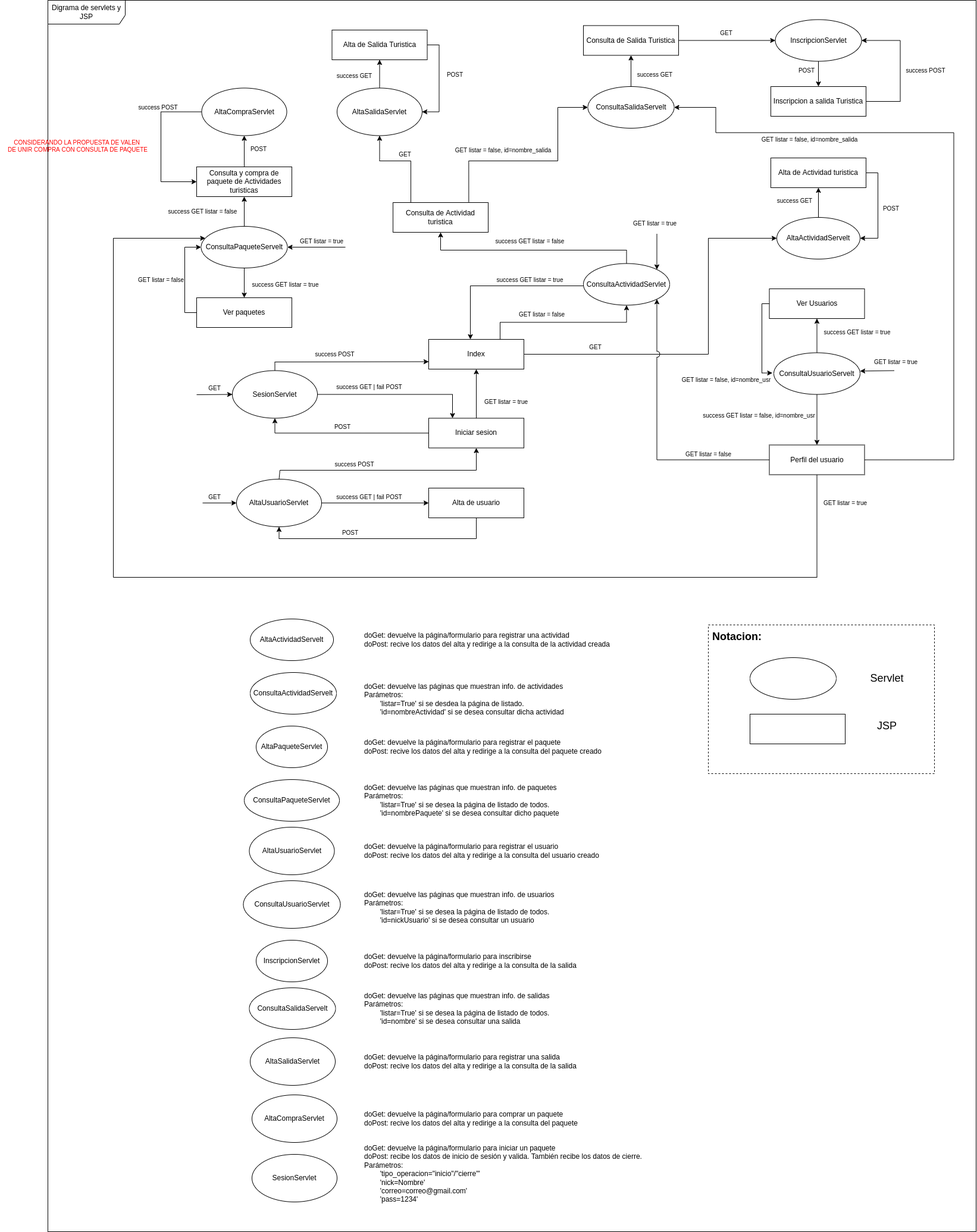
FacundoDiaz00/Taller-de-Programaci-n keeps this draw.io diagram as docs/Iteración 2/Navegabilidades/Digrama servlets.png. Above is the earlier version. Source tidied: cells renumbered, new cells last; positions are measured from the earlier drawing's top-left corner, leaving out a move shared by most shapes.
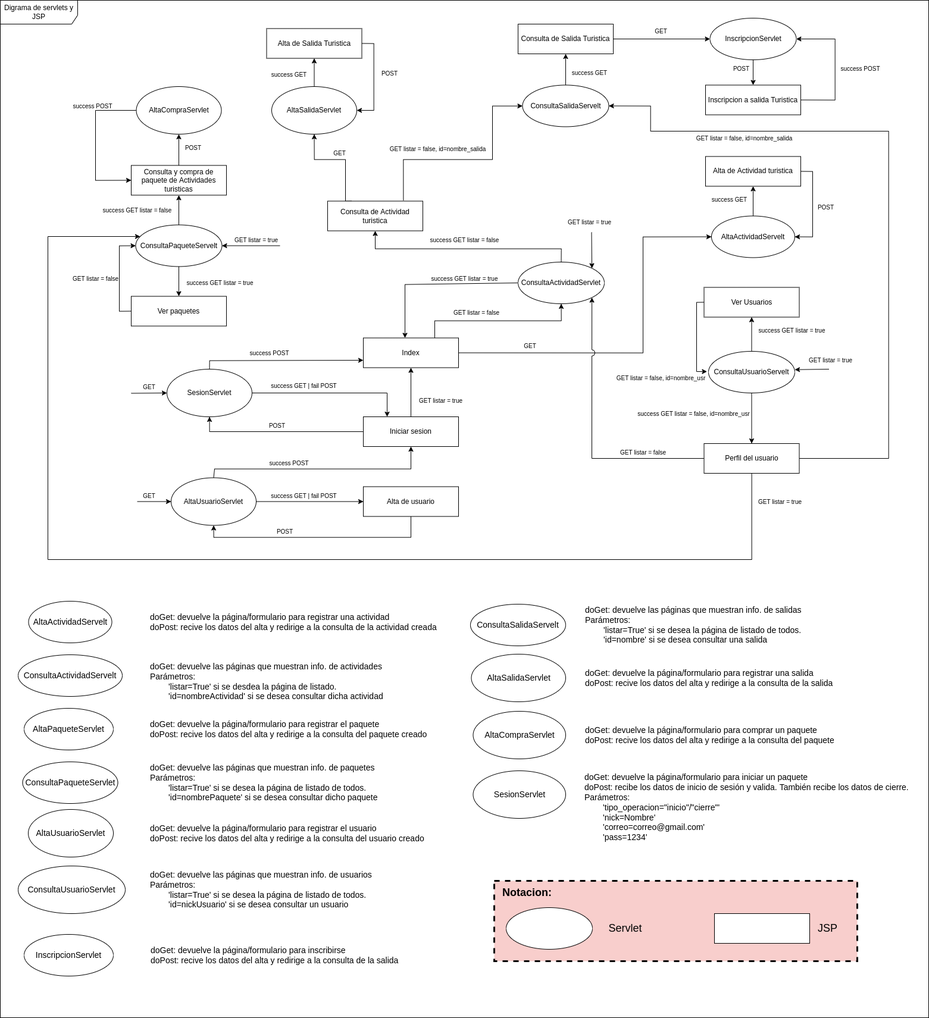
The same diagram one commit later.

Commit message:
Pronto para entregar?

Change to the diagram source:
```diff
@@ -5,6 +5,6 @@
     <mxCell id="2" style="rounded=0;whiteSpace=wrap;html=1;" parent="1" vertex="1">
-      <mxGeometry x="80" width="1560" height="2070" as="geometry" />
+      <mxGeometry x="110" y="2.5" width="1560" height="1710" as="geometry" />
     </mxCell>
     <mxCell id="3" value="Digrama de servlets y JSP" style="shape=umlFrame;whiteSpace=wrap;html=1;width=130;height=40;" parent="1" vertex="1">
-      <mxGeometry x="80" width="1560" height="2070" as="geometry" />
+      <mxGeometry x="110" y="2.5" width="1560" height="1710" as="geometry" />
     </mxCell>
@@ -116,5 +116,5 @@
         <Array as="points">
-          <mxPoint x="1373" y="970" />
-          <mxPoint x="190" y="970" />
-          <mxPoint x="190" y="400" />
+          <mxPoint x="1372" y="942.5" />
+          <mxPoint x="190" y="942.5" />
+          <mxPoint x="190" y="399.5" />
         </Array>
@@ -135,13 +135,13 @@
     </mxCell>
-    <mxCell id="31" value="AltaActividadServelt" style="ellipse;whiteSpace=wrap;html=1;" parent="1" vertex="1">
-      <mxGeometry x="420" y="1040" width="140" height="70" as="geometry" />
+    <mxCell id="31" value="AltaActividadServelt" style="ellipse;whiteSpace=wrap;html=1;fontSize=14;" parent="1" vertex="1">
+      <mxGeometry x="157.5" y="1012.5" width="140" height="70" as="geometry" />
     </mxCell>
-    <mxCell id="32" value="AltaPaqueteServlet" style="ellipse;whiteSpace=wrap;html=1;" parent="1" vertex="1">
-      <mxGeometry x="430" y="1220" width="120" height="70" as="geometry" />
+    <mxCell id="32" value="AltaPaqueteServlet" style="ellipse;whiteSpace=wrap;html=1;fontSize=14;" parent="1" vertex="1">
+      <mxGeometry x="150" y="1192.5" width="150" height="70" as="geometry" />
     </mxCell>
-    <mxCell id="33" value="AltaUsuarioServlet" style="ellipse;whiteSpace=wrap;html=1;" parent="1" vertex="1">
-      <mxGeometry x="418.5" y="1390" width="143" height="80" as="geometry" />
+    <mxCell id="33" value="AltaUsuarioServlet" style="ellipse;whiteSpace=wrap;html=1;fontSize=14;" parent="1" vertex="1">
+      <mxGeometry x="157" y="1362.5" width="143" height="80" as="geometry" />
     </mxCell>
-    <mxCell id="34" value="InscripcionServlet" style="ellipse;whiteSpace=wrap;html=1;" parent="1" vertex="1">
-      <mxGeometry x="430" y="1580" width="120" height="70" as="geometry" />
+    <mxCell id="34" value="InscripcionServlet" style="ellipse;whiteSpace=wrap;html=1;fontSize=14;" parent="1" vertex="1">
+      <mxGeometry x="150" y="1572.5" width="150" height="70" as="geometry" />
     </mxCell>
@@ -161,7 +161,7 @@
     </mxCell>
-    <mxCell id="38" value="ConsultaActividadServelt" style="ellipse;whiteSpace=wrap;html=1;" parent="1" vertex="1">
-      <mxGeometry x="420" y="1130" width="145" height="70" as="geometry" />
+    <mxCell id="38" value="ConsultaActividadServelt" style="ellipse;whiteSpace=wrap;html=1;fontSize=14;" parent="1" vertex="1">
+      <mxGeometry x="140" y="1102.5" width="175" height="70" as="geometry" />
     </mxCell>
-    <mxCell id="39" value="ConsultaPaqueteServlet" style="ellipse;whiteSpace=wrap;html=1;" parent="1" vertex="1">
-      <mxGeometry x="410" y="1310" width="160" height="70" as="geometry" />
+    <mxCell id="39" value="ConsultaPaqueteServlet" style="ellipse;whiteSpace=wrap;html=1;fontSize=14;" parent="1" vertex="1">
+      <mxGeometry x="147.5" y="1282.5" width="160" height="70" as="geometry" />
     </mxCell>
@@ -170,4 +170,4 @@
     </mxCell>
-    <mxCell id="41" value="ConsultaUsuarioServlet" style="ellipse;whiteSpace=wrap;html=1;" parent="1" vertex="1">
-      <mxGeometry x="408.5" y="1480" width="163" height="80" as="geometry" />
+    <mxCell id="41" value="ConsultaUsuarioServlet" style="ellipse;whiteSpace=wrap;html=1;fontSize=14;" parent="1" vertex="1">
+      <mxGeometry x="140" y="1457.5" width="180" height="80" as="geometry" />
     </mxCell>
@@ -185,4 +185,4 @@
     </mxCell>
-    <mxCell id="44" value="doGet: devuelve las páginas que muestran info. de actividades&lt;br&gt;Parámetros: &lt;br&gt;&lt;div style=&quot;&quot;&gt;&lt;span style=&quot;background-color: initial;&quot;&gt;&lt;span style=&quot;white-space: pre;&quot;&gt;&#9;&lt;/span&gt;'listar=True' si se desdea la página de listado.&lt;/span&gt;&lt;/div&gt;&lt;span style=&quot;white-space: pre;&quot;&gt;&#9;&lt;/span&gt;'id=nombreActividad' si se desea consultar dicha actividad" style="text;html=1;align=left;verticalAlign=middle;strokeColor=none;fillColor=none;" parent="1" vertex="1">
-      <mxGeometry x="610" y="1140" width="360" height="70" as="geometry" />
+    <mxCell id="44" value="doGet: devuelve las páginas que muestran info. de actividades&lt;br style=&quot;font-size: 14px;&quot;&gt;Parámetros: &lt;br style=&quot;font-size: 14px;&quot;&gt;&lt;div style=&quot;font-size: 14px;&quot;&gt;&lt;span style=&quot;background-color: initial; font-size: 14px;&quot;&gt;&lt;span style=&quot;white-space: pre; font-size: 14px;&quot;&gt;&#9;&lt;/span&gt;'listar=True' si se desdea la página de listado.&lt;/span&gt;&lt;/div&gt;&lt;span style=&quot;white-space: pre; font-size: 14px;&quot;&gt;&#9;&lt;/span&gt;'id=nombreActividad' si se desea consultar dicha actividad" style="text;html=1;align=left;verticalAlign=middle;strokeColor=none;fillColor=none;fontSize=14;" parent="1" vertex="1">
+      <mxGeometry x="360" y="1107.5" width="420" height="80" as="geometry" />
     </mxCell>
@@ -209,13 +209,13 @@
     </mxCell>
-    <mxCell id="50" value="doGet: devuelve la página/formulario para registrar una actividad&lt;br&gt;doPost: recive los datos del alta y redirige a la consulta de la actividad creada" style="text;html=1;align=left;verticalAlign=middle;strokeColor=none;fillColor=none;" parent="1" vertex="1">
-      <mxGeometry x="610" y="1055" width="440" height="40" as="geometry" />
+    <mxCell id="50" value="doGet: devuelve la página/formulario para registrar una actividad&lt;br style=&quot;font-size: 14px;&quot;&gt;doPost: recive los datos del alta y redirige a la consulta de la actividad creada" style="text;html=1;align=left;verticalAlign=middle;strokeColor=none;fillColor=none;fontSize=14;" parent="1" vertex="1">
+      <mxGeometry x="360" y="1022.5" width="510" height="50" as="geometry" />
     </mxCell>
-    <mxCell id="51" value="ConsultaSalidaServelt" style="ellipse;whiteSpace=wrap;html=1;" parent="1" vertex="1">
-      <mxGeometry x="418.5" y="1660" width="145" height="70" as="geometry" />
+    <mxCell id="51" value="ConsultaSalidaServelt" style="ellipse;whiteSpace=wrap;html=1;fontSize=14;" parent="1" vertex="1">
+      <mxGeometry x="900" y="1017.5" width="160" height="70" as="geometry" />
     </mxCell>
-    <mxCell id="52" value="AltaSalidaServlet" style="ellipse;whiteSpace=wrap;html=1;" parent="1" vertex="1">
-      <mxGeometry x="420" y="1744" width="143" height="80" as="geometry" />
+    <mxCell id="52" value="AltaSalidaServlet" style="ellipse;whiteSpace=wrap;html=1;fontSize=14;" parent="1" vertex="1">
+      <mxGeometry x="901.5" y="1101.5" width="158.5" height="80" as="geometry" />
     </mxCell>
-    <mxCell id="53" value="doGet: devuelve la página/formulario para registrar el paquete&lt;br&gt;doPost: recive los datos del alta y redirige a la consulta del paquete creado" style="text;html=1;align=left;verticalAlign=middle;strokeColor=none;fillColor=none;" parent="1" vertex="1">
-      <mxGeometry x="610" y="1235" width="420" height="40" as="geometry" />
+    <mxCell id="53" value="doGet: devuelve la página/formulario para registrar el paquete&lt;br style=&quot;font-size: 14px;&quot;&gt;doPost: recive los datos del alta y redirige a la consulta del paquete creado" style="text;html=1;align=left;verticalAlign=middle;strokeColor=none;fillColor=none;fontSize=14;" parent="1" vertex="1">
+      <mxGeometry x="360" y="1202.5" width="490" height="50" as="geometry" />
     </mxCell>
@@ -233,4 +233,4 @@
     </mxCell>
-    <mxCell id="58" value="doGet: devuelve la página/formulario para registrar el usuario&lt;br&gt;doPost: recive los datos del alta y redirige a la consulta del usuario creado" style="text;html=1;align=left;verticalAlign=middle;strokeColor=none;fillColor=none;" parent="1" vertex="1">
-      <mxGeometry x="610" y="1410" width="420" height="40" as="geometry" />
+    <mxCell id="58" value="doGet: devuelve la página/formulario para registrar el usuario&lt;br style=&quot;font-size: 14px;&quot;&gt;doPost: recive los datos del alta y redirige a la consulta del usuario creado" style="text;html=1;align=left;verticalAlign=middle;strokeColor=none;fillColor=none;fontSize=14;" parent="1" vertex="1">
+      <mxGeometry x="360" y="1377.5" width="480" height="50" as="geometry" />
     </mxCell>
@@ -242,7 +242,7 @@
     </mxCell>
-    <mxCell id="61" value="doGet: devuelve la página/formulario para inscribirse&lt;br&gt;doPost: recive los datos del alta y redirige a la consulta de la salida" style="text;html=1;align=left;verticalAlign=middle;strokeColor=none;fillColor=none;" parent="1" vertex="1">
-      <mxGeometry x="610" y="1595" width="380" height="40" as="geometry" />
+    <mxCell id="61" value="doGet: devuelve la página/formulario para inscribirse&lt;br style=&quot;font-size: 14px;&quot;&gt;doPost: recive los datos del alta y redirige a la consulta de la salida" style="text;html=1;align=left;verticalAlign=middle;strokeColor=none;fillColor=none;fontSize=14;" parent="1" vertex="1">
+      <mxGeometry x="361.5" y="1582.5" width="440" height="50" as="geometry" />
     </mxCell>
-    <mxCell id="62" value="doGet: devuelve la página/formulario para registrar una salida&lt;br&gt;doPost: recive los datos del alta y redirige a la consulta de la salida" style="text;html=1;align=left;verticalAlign=middle;strokeColor=none;fillColor=none;" parent="1" vertex="1">
-      <mxGeometry x="610" y="1764" width="380" height="40" as="geometry" />
+    <mxCell id="62" value="doGet: devuelve la página/formulario para registrar una salida&lt;br style=&quot;font-size: 14px;&quot;&gt;doPost: recive los datos del alta y redirige a la consulta de la salida" style="text;html=1;align=left;verticalAlign=middle;strokeColor=none;fillColor=none;fontSize=14;" parent="1" vertex="1">
+      <mxGeometry x="1091.5" y="1116.5" width="440" height="50" as="geometry" />
     </mxCell>
@@ -262,4 +262,4 @@
     </mxCell>
-    <mxCell id="66" value="doGet: devuelve las páginas que muestran info. de paquetes&lt;br&gt;Parámetros: &lt;br&gt;&lt;div style=&quot;&quot;&gt;&lt;span style=&quot;background-color: initial;&quot;&gt;&lt;span style=&quot;white-space: pre;&quot;&gt;&#9;&lt;/span&gt;'listar=True' si se desea la página de listado de todos.&lt;/span&gt;&lt;/div&gt;&lt;span style=&quot;white-space: pre;&quot;&gt;&#9;&lt;/span&gt;'id=nombrePaquete' si se desea consultar dicho paquete" style="text;html=1;align=left;verticalAlign=middle;strokeColor=none;fillColor=none;" parent="1" vertex="1">
-      <mxGeometry x="610" y="1310" width="350" height="70" as="geometry" />
+    <mxCell id="66" value="doGet: devuelve las páginas que muestran info. de paquetes&lt;br style=&quot;font-size: 14px;&quot;&gt;Parámetros: &lt;br style=&quot;font-size: 14px;&quot;&gt;&lt;div style=&quot;font-size: 14px;&quot;&gt;&lt;span style=&quot;background-color: initial; font-size: 14px;&quot;&gt;&lt;span style=&quot;white-space: pre; font-size: 14px;&quot;&gt;&#9;&lt;/span&gt;'listar=True' si se desea la página de listado de todos.&lt;/span&gt;&lt;/div&gt;&lt;span style=&quot;white-space: pre; font-size: 14px;&quot;&gt;&#9;&lt;/span&gt;'id=nombrePaquete' si se desea consultar dicho paquete" style="text;html=1;align=left;verticalAlign=middle;strokeColor=none;fillColor=none;fontSize=14;" parent="1" vertex="1">
+      <mxGeometry x="360" y="1277.5" width="410" height="80" as="geometry" />
     </mxCell>
@@ -271,7 +271,7 @@
     </mxCell>
-    <mxCell id="69" value="doGet: devuelve las páginas que muestran info. de usuarios&lt;br&gt;Parámetros: &lt;br&gt;&lt;div style=&quot;&quot;&gt;&lt;span style=&quot;background-color: initial;&quot;&gt;&lt;span style=&quot;white-space: pre;&quot;&gt;&#9;&lt;/span&gt;'listar=True' si se desea la página de listado de todos.&lt;/span&gt;&lt;/div&gt;&lt;span style=&quot;white-space: pre;&quot;&gt;&#9;&lt;/span&gt;'id=nickUsuario' si se desea consultar un usuario" style="text;html=1;align=left;verticalAlign=middle;strokeColor=none;fillColor=none;" parent="1" vertex="1">
-      <mxGeometry x="610" y="1490" width="340" height="70" as="geometry" />
+    <mxCell id="69" value="doGet: devuelve las páginas que muestran info. de usuarios&lt;br style=&quot;font-size: 14px;&quot;&gt;Parámetros: &lt;br style=&quot;font-size: 14px;&quot;&gt;&lt;div style=&quot;font-size: 14px;&quot;&gt;&lt;span style=&quot;background-color: initial; font-size: 14px;&quot;&gt;&lt;span style=&quot;white-space: pre; font-size: 14px;&quot;&gt;&#9;&lt;/span&gt;'listar=True' si se desea la página de listado de todos.&lt;/span&gt;&lt;/div&gt;&lt;span style=&quot;white-space: pre; font-size: 14px;&quot;&gt;&#9;&lt;/span&gt;'id=nickUsuario' si se desea consultar un usuario" style="text;html=1;align=left;verticalAlign=middle;strokeColor=none;fillColor=none;fontSize=14;" parent="1" vertex="1">
+      <mxGeometry x="360" y="1457.5" width="400" height="80" as="geometry" />
     </mxCell>
-    <mxCell id="70" value="AltaCompraServlet" style="ellipse;whiteSpace=wrap;html=1;" parent="1" vertex="1">
-      <mxGeometry x="423" y="1840" width="143" height="80" as="geometry" />
+    <mxCell id="70" value="AltaCompraServlet" style="ellipse;whiteSpace=wrap;html=1;fontSize=14;" parent="1" vertex="1">
+      <mxGeometry x="904.5" y="1197.5" width="155.5" height="80" as="geometry" />
     </mxCell>
@@ -288,13 +288,13 @@
     </mxCell>
-    <mxCell id="73" value="doGet: devuelve las páginas que muestran info. de salidas&lt;br&gt;Parámetros: &lt;br&gt;&lt;div style=&quot;&quot;&gt;&lt;span style=&quot;background-color: initial;&quot;&gt;&lt;span style=&quot;white-space: pre;&quot;&gt;&#9;&lt;/span&gt;'listar=True' si se desea la página de listado de todos.&lt;/span&gt;&lt;/div&gt;&lt;span style=&quot;white-space: pre;&quot;&gt;&#9;&lt;/span&gt;'id=nombre' si se desea consultar una salida" style="text;html=1;align=left;verticalAlign=middle;strokeColor=none;fillColor=none;" parent="1" vertex="1">
-      <mxGeometry x="610" y="1660" width="340" height="70" as="geometry" />
+    <mxCell id="73" value="doGet: devuelve las páginas que muestran info. de salidas&lt;br style=&quot;font-size: 14px;&quot;&gt;Parámetros: &lt;br style=&quot;font-size: 14px;&quot;&gt;&lt;div style=&quot;font-size: 14px;&quot;&gt;&lt;span style=&quot;background-color: initial; font-size: 14px;&quot;&gt;&lt;span style=&quot;white-space: pre; font-size: 14px;&quot;&gt;&#9;&lt;/span&gt;'listar=True' si se desea la página de listado de todos.&lt;/span&gt;&lt;/div&gt;&lt;span style=&quot;white-space: pre; font-size: 14px;&quot;&gt;&#9;&lt;/span&gt;'id=nombre' si se desea consultar una salida" style="text;html=1;align=left;verticalAlign=middle;strokeColor=none;fillColor=none;fontSize=14;" parent="1" vertex="1">
+      <mxGeometry x="1091.5" y="1012.5" width="390" height="80" as="geometry" />
     </mxCell>
-    <mxCell id="74" value="doGet: devuelve la página/formulario para comprar un paquete&lt;br&gt;doPost: recive los datos del alta y redirige a la consulta del paquete" style="text;html=1;align=left;verticalAlign=middle;strokeColor=none;fillColor=none;" parent="1" vertex="1">
-      <mxGeometry x="610" y="1860" width="380" height="40" as="geometry" />
+    <mxCell id="74" value="doGet: devuelve la página/formulario para comprar un paquete&lt;br style=&quot;font-size: 14px;&quot;&gt;doPost: recive los datos del alta y redirige a la consulta del paquete" style="text;html=1;align=left;verticalAlign=middle;strokeColor=none;fillColor=none;fontSize=14;" parent="1" vertex="1">
+      <mxGeometry x="1091.5" y="1212.5" width="440" height="50" as="geometry" />
     </mxCell>
-    <mxCell id="75" value="SesionServlet" style="ellipse;whiteSpace=wrap;html=1;" parent="1" vertex="1">
-      <mxGeometry x="423" y="1940" width="143" height="80" as="geometry" />
+    <mxCell id="75" value="SesionServlet" style="ellipse;whiteSpace=wrap;html=1;fontSize=14;" parent="1" vertex="1">
+      <mxGeometry x="904.5" y="1297.5" width="155.5" height="80" as="geometry" />
     </mxCell>
-    <mxCell id="76" value="doGet: devuelve la página/formulario para iniciar un paquete&lt;br&gt;doPost: recibe los datos de inicio de sesión y valida. También recibe los datos de cierre.&lt;br&gt;Parámetros:&lt;br&gt;&lt;span style=&quot;white-space: pre;&quot;&gt;&#9;&lt;/span&gt;'tipo_operacion=&quot;inicio&quot;/&quot;cierre&quot;'&lt;br&gt;&lt;span style=&quot;white-space: pre;&quot;&gt;&#9;&lt;/span&gt;'nick=Nombre'&lt;br&gt;&lt;span style=&quot;white-space: pre;&quot;&gt;&#9;&lt;/span&gt;'correo=correo@gmail.com'&lt;br&gt;&lt;span style=&quot;white-space: pre;&quot;&gt;&#9;&lt;/span&gt;'pass=1234'&lt;br&gt;&lt;span style=&quot;white-space: pre;&quot;&gt;&#9;&lt;/span&gt;" style="text;html=1;align=left;verticalAlign=middle;strokeColor=none;fillColor=none;" parent="1" vertex="1">
-      <mxGeometry x="610" y="1915" width="490" height="130" as="geometry" />
+    <mxCell id="76" value="doGet: devuelve la página/formulario para iniciar un paquete&lt;br style=&quot;font-size: 14px;&quot;&gt;doPost: recibe los datos de inicio de sesión y valida. También recibe los datos de cierre.&lt;br style=&quot;font-size: 14px;&quot;&gt;Parámetros:&lt;br style=&quot;font-size: 14px;&quot;&gt;&lt;span style=&quot;white-space: pre; font-size: 14px;&quot;&gt;&#9;&lt;/span&gt;'tipo_operacion=&quot;inicio&quot;/&quot;cierre&quot;'&lt;br style=&quot;font-size: 14px;&quot;&gt;&lt;span style=&quot;white-space: pre; font-size: 14px;&quot;&gt;&#9;&lt;/span&gt;'nick=Nombre'&lt;br style=&quot;font-size: 14px;&quot;&gt;&lt;span style=&quot;white-space: pre; font-size: 14px;&quot;&gt;&#9;&lt;/span&gt;'correo=correo@gmail.com'&lt;br style=&quot;font-size: 14px;&quot;&gt;&lt;span style=&quot;white-space: pre; font-size: 14px;&quot;&gt;&#9;&lt;/span&gt;'pass=1234'&lt;br style=&quot;font-size: 14px;&quot;&gt;&lt;span style=&quot;white-space: pre; font-size: 14px;&quot;&gt;&#9;&lt;/span&gt;" style="text;html=1;align=left;verticalAlign=middle;strokeColor=none;fillColor=none;fontSize=14;" parent="1" vertex="1">
+      <mxGeometry x="1090" y="1292.5" width="570" height="150" as="geometry" />
     </mxCell>
@@ -366,5 +366,2 @@
     </mxCell>
-    <mxCell id="93" value="&lt;font color=&quot;#ff0000&quot;&gt;CONSIDERANDO LA PROPUESTA DE VALEN &lt;br&gt;DE UNIR COMPRA CON CONSULTA DE PAQUETE&lt;/font&gt;" style="text;html=1;align=center;verticalAlign=middle;strokeColor=none;fillColor=none;fontSize=10;" parent="1" vertex="1">
-      <mxGeometry y="225" width="260" height="40" as="geometry" />
-    </mxCell>
     <mxCell id="94" value="&lt;font color=&quot;#000000&quot;&gt;GET listar = true&lt;/font&gt;" style="text;html=1;align=center;verticalAlign=middle;strokeColor=none;fillColor=none;fontSize=10;fontColor=#FF0000;" parent="1" vertex="1">
@@ -456,19 +453,19 @@
     </mxCell>
-    <mxCell id="123" style="rounded=0;whiteSpace=wrap;html=1;fontSize=18;dashed=1;" parent="1" vertex="1">
-      <mxGeometry x="1190" y="1050" width="380" height="250" as="geometry" />
+    <mxCell id="123" style="rounded=0;whiteSpace=wrap;html=1;fontSize=18;dashed=1;fillColor=#F8CECC;gradientColor=none;strokeWidth=3;" parent="1" vertex="1">
+      <mxGeometry x="940" y="1482.5" width="610" height="135" as="geometry" />
     </mxCell>
     <mxCell id="124" style="ellipse;whiteSpace=wrap;html=1;" parent="1" vertex="1">
-      <mxGeometry x="1260" y="1105" width="145" height="70" as="geometry" />
+      <mxGeometry x="960" y="1527.5" width="145" height="70" as="geometry" />
     </mxCell>
     <mxCell id="125" style="rounded=0;whiteSpace=wrap;html=1;" parent="1" vertex="1">
-      <mxGeometry x="1260" y="1200" width="160" height="50" as="geometry" />
+      <mxGeometry x="1310" y="1537.5" width="160" height="50" as="geometry" />
     </mxCell>
     <mxCell id="126" value="&lt;b&gt;Notacion:&lt;/b&gt;" style="text;html=1;align=center;verticalAlign=middle;strokeColor=none;fillColor=none;fontSize=18;" parent="1" vertex="1">
-      <mxGeometry x="1182.5" y="1050" width="110" height="40" as="geometry" />
+      <mxGeometry x="940" y="1482.5" width="110" height="40" as="geometry" />
     </mxCell>
     <mxCell id="127" value="Servlet" style="text;html=1;align=center;verticalAlign=middle;strokeColor=none;fillColor=none;fontSize=18;" parent="1" vertex="1">
-      <mxGeometry x="1450" y="1120" width="80" height="40" as="geometry" />
+      <mxGeometry x="1120" y="1542.5" width="80" height="40" as="geometry" />
     </mxCell>
     <mxCell id="128" value="JSP" style="text;html=1;align=center;verticalAlign=middle;strokeColor=none;fillColor=none;fontSize=18;" parent="1" vertex="1">
-      <mxGeometry x="1460" y="1200" width="60" height="40" as="geometry" />
+      <mxGeometry x="1470" y="1542.5" width="60" height="40" as="geometry" />
     </mxCell>
```
